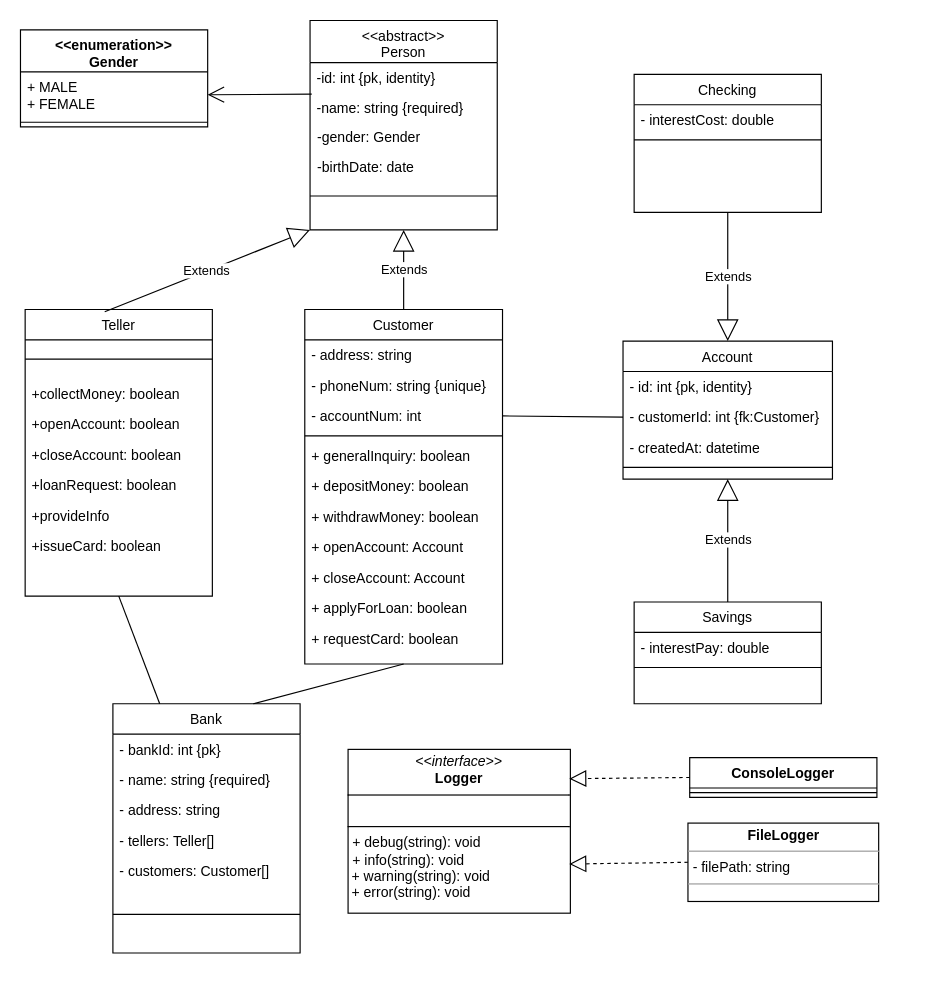
Earlier version of the draw.io diagram examples/simple_class_diagram.drawio (michelmbem/DrawioCodeGenerator). Source tidied: cells renumbered, new cells numbered last; positions are measured from the earlier drawing's top-left corner, leaving out a move shared by most shapes. Both pictures are drawn from the tidied source at 117%, with x=0, y=0 at pixel (20, 20).
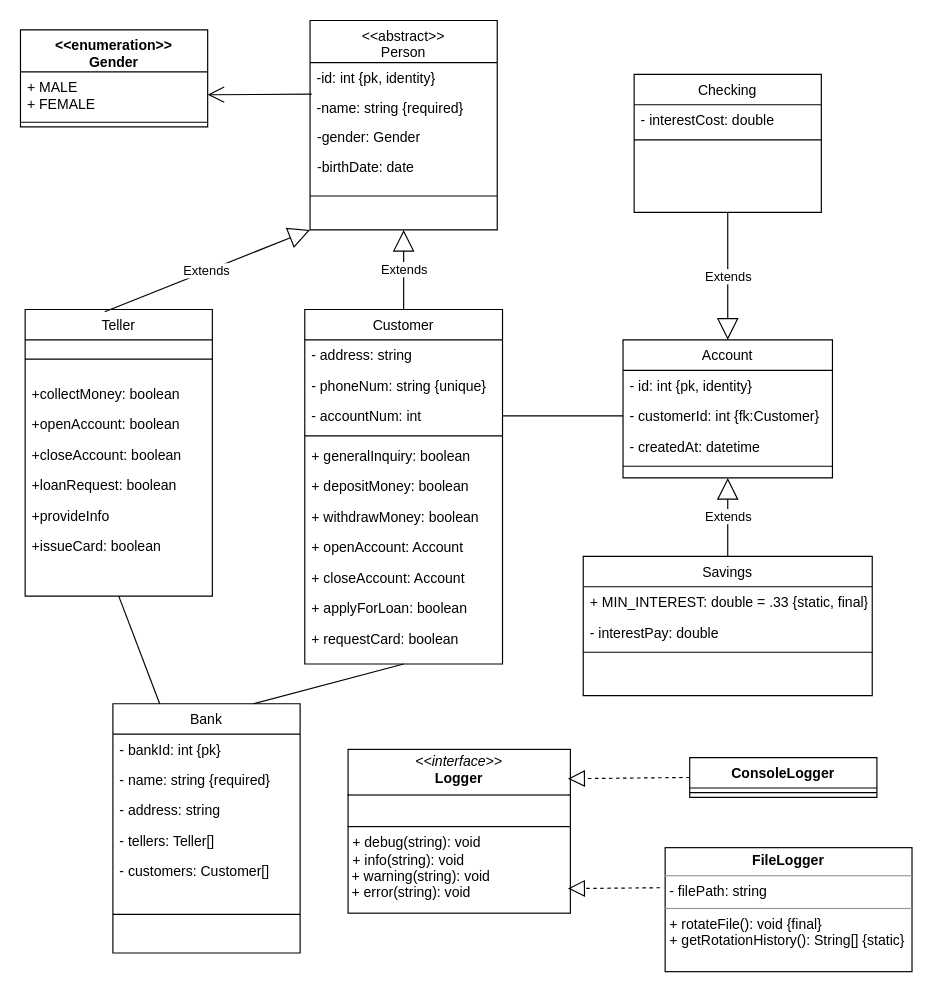
The same diagram, later.

The change refers to these unchanged cells:
```xml
<mxCell id="57" value="&lt;p style=&quot;margin:0px;margin-top:4px;text-align:center;&quot;&gt;&lt;i&gt;&amp;lt;&amp;lt;interface&amp;gt;&amp;gt;&lt;/i&gt;&lt;br&gt;&lt;b&gt;Logger&lt;/b&gt;&lt;/p&gt;&lt;hr size=&quot;1&quot; style=&quot;border-style:solid;&quot;&gt;&lt;p style=&quot;margin:0px;margin-left:4px;&quot;&gt;&lt;br&gt;&lt;/p&gt;&lt;hr size=&quot;1&quot; style=&quot;border-style:solid;&quot;&gt;&lt;p style=&quot;margin:0px;margin-left:4px;&quot;&gt;+ debug(string): void&lt;br&gt;+ info(string): void&lt;/p&gt;&amp;nbsp;+ warning(string): void&lt;br&gt;&amp;nbsp;+ error(string): void" style="verticalAlign=top;align=left;overflow=fill;html=1;whiteSpace=wrap;" parent="1" vertex="1">
  <mxGeometry x="280" y="623" width="190" height="140" as="geometry" />
</mxCell>
<mxCell id="58" value="ConsoleLogger" style="swimlane;fontStyle=1;align=center;verticalAlign=top;horizontal=1;startSize=26;whiteSpace=wrap;html=1;" parent="1" vertex="1">
  <mxGeometry x="572" y="630" width="160" height="34" as="geometry" />
</mxCell>
```

Change to the diagram source:
```diff
@@
     <mxCell id="10" value="Account" style="swimlane;fontStyle=0;align=center;verticalAlign=top;horizontal=1;startSize=26;rounded=0;shadow=0;strokeWidth=1;" parent="1" vertex="1">
-      <mxGeometry x="515" y="274" width="179" height="118" as="geometry" />
+      <mxGeometry x="515" y="273" width="179" height="118" as="geometry" />
     </mxCell>
@@
     <mxCell id="38" value="Savings" style="swimlane;fontStyle=0;align=center;verticalAlign=top;horizontal=1;startSize=26;rounded=0;shadow=0;strokeWidth=1;" parent="1" vertex="1">
-      <mxGeometry x="524.5" y="497" width="160" height="87" as="geometry" />
+      <mxGeometry x="481" y="458" width="247" height="119" as="geometry" />
     </mxCell>
-    <mxCell id="39" value="- interestPay: double" style="text;align=left;verticalAlign=top;spacingLeft=4;spacingRight=4;overflow=hidden;" parent="38" vertex="1">
-      <mxGeometry y="26" width="160" height="26" as="geometry" />
+    <mxCell id="39" value="+ MIN_INTEREST: double = .33 {static, final}" style="text;align=left;verticalAlign=top;spacingLeft=4;spacingRight=4;overflow=hidden;" parent="38" vertex="1">
+      <mxGeometry y="26" width="247" height="26" as="geometry" />
     </mxCell>
+    <mxCell id="63" value="- interestPay: double" style="text;align=left;verticalAlign=top;spacingLeft=4;spacingRight=4;overflow=hidden;" parent="38" vertex="1">
+      <mxGeometry y="52" width="247" height="26" as="geometry" />
+    </mxCell>
     <mxCell id="40" style="line;html=1;strokeWidth=1;align=left;verticalAlign=middle;spacingTop=-1;spacingLeft=3;spacingRight=3;labelPosition=right;" parent="38" vertex="1">
-      <mxGeometry y="52" width="160" height="8" as="geometry" />
+      <mxGeometry y="78" width="247" height="8" as="geometry" />
     </mxCell>
@@
-    <mxCell id="60" style="endArrow=block;dashed=1;endFill=0;endSize=12;html=1;rounded=0;exitX=0;exitY=0.5;exitDx=0;exitDy=0;entryX=0.995;entryY=0.179;entryDx=0;entryDy=0;entryPerimeter=0;" parent="1" edge="1" source="58" target="57">
+    <mxCell id="60" style="endArrow=block;dashed=1;endFill=0;endSize=12;html=1;rounded=0;exitX=0;exitY=0.5;exitDx=0;exitDy=0;entryX=0.989;entryY=0.179;entryDx=0;entryDy=0;entryPerimeter=0;" parent="1" edge="1" source="58" target="57">
       <mxGeometry relative="1" as="geometry" />
     </mxCell>
-    <mxCell id="61" value="&lt;p style=&quot;margin:0px;margin-top:4px;text-align:center;&quot;&gt;&lt;b&gt;FileLogger&lt;/b&gt;&lt;/p&gt;&lt;hr size=&quot;1&quot;&gt;&lt;p style=&quot;margin:0px;margin-left:4px;&quot;&gt;- filePath: string&lt;/p&gt;&lt;hr size=&quot;1&quot;&gt;&lt;p style=&quot;margin:0px;margin-left:4px;&quot;&gt;&lt;br&gt;&lt;/p&gt;" style="verticalAlign=top;align=left;overflow=fill;fontSize=12;fontFamily=Helvetica;html=1;" parent="1" vertex="1">
-      <mxGeometry x="570.5" y="686" width="163" height="67" as="geometry" />
+    <mxCell id="61" value="&lt;p style=&quot;margin:0px;margin-top:4px;text-align:center;&quot;&gt;&lt;b&gt;FileLogger&lt;/b&gt;&lt;/p&gt;&lt;hr size=&quot;1&quot;&gt;&lt;p style=&quot;margin:0px;margin-left:4px;&quot;&gt;- filePath: string&lt;/p&gt;&lt;hr size=&quot;1&quot;&gt;&lt;p style=&quot;margin:0px;margin-left:4px;&quot;&gt;+ rotateFile(): void {final}&lt;/p&gt;&lt;p style=&quot;margin:0px;margin-left:4px;&quot;&gt;+ getRotationHistory(): String[] {static}&lt;/p&gt;" style="verticalAlign=top;align=left;overflow=fill;fontSize=12;fontFamily=Helvetica;html=1;" parent="1" vertex="1">
+      <mxGeometry x="551" y="707" width="211" height="106" as="geometry" />
     </mxCell>
-    <mxCell id="62" style="endArrow=block;dashed=1;endFill=0;endSize=12;html=1;exitX=0;exitY=0.5;exitDx=0;exitDy=0;entryX=0.995;entryY=0.7;entryDx=0;entryDy=0;entryPerimeter=0;" parent="1" edge="1" source="61" target="57">
+    <mxCell id="62" style="endArrow=block;dashed=1;endFill=0;endSize=12;html=1;entryX=0.989;entryY=0.85;entryDx=0;entryDy=0;exitX=-0.021;exitY=0.323;exitDx=0;exitDy=0;exitPerimeter=0;entryPerimeter=0;" parent="1" edge="1" source="61" target="57">
       <mxGeometry relative="1" as="geometry" />
     </mxCell>
```
